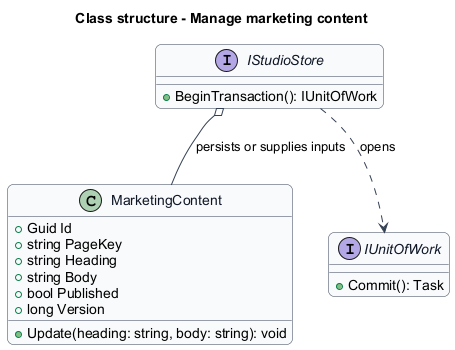
Before: docs/detailed-designs/public-presentation/manage-marketing-content/diagrams/class-structure.png, a diagram exported from PlantUML (QuinntyneBrown/quinntyne-brown-studio). Source of this version:
```plantuml
@startuml
skinparam backgroundColor #FFFFFF
skinparam shadowing false
skinparam roundcorner 12
skinparam defaultFontName Arial
skinparam ArrowColor #344054
skinparam rectangle {
  BorderColor #344054
  FontColor #101828
}
skinparam package {
  BorderColor #667085
  FontColor #101828
  BackgroundColor #F9FAFB
}
title Class structure - Manage marketing content
skinparam class {
 BorderColor #344054
 FontColor #101828
 BackgroundColor #F9FAFB
}
class MarketingContent {
 +Guid Id
 +string PageKey
 +string Heading
 +string Body
 +bool Published
 +long Version
 +Update(heading: string, body: string): void
}
interface IStudioStore {
 +BeginTransaction(): IUnitOfWork
}
interface IUnitOfWork {
 +Commit(): Task
}
IStudioStore ..> IUnitOfWork : opens
IStudioStore o-- MarketingContent : persists or supplies inputs
@enduml
```
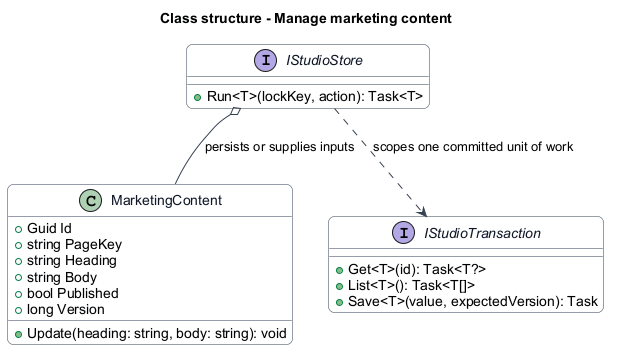
After the commit.

Diff of the diagram source:
```diff
@@ -29,11 +29,13 @@
  +Update(heading: string, body: string): void
 }
 interface IStudioStore {
- +BeginTransaction(): IUnitOfWork
+ +Run<T>(lockKey, action): Task<T>
 }
-interface IUnitOfWork {
- +Commit(): Task
+interface IStudioTransaction {
+ +Get<T>(id): Task<T?>
+ +List<T>(): Task<T[]>
+ +Save<T>(value, expectedVersion): Task
 }
-IStudioStore ..> IUnitOfWork : opens
+IStudioStore ..> IStudioTransaction : scopes one committed unit of work
 IStudioStore o-- MarketingContent : persists or supplies inputs
 @enduml
```
